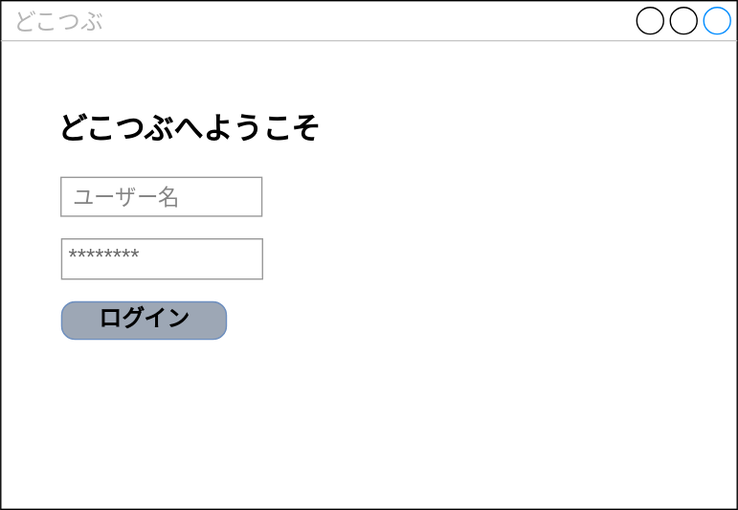
Before: クラス図.drawio.svg, a diagram exported from draw.io (shotaro-kinoshita/Dokotubu). Source tidied: cells renumbered, new cells last; positions are measured from the earlier drawing's top-left corner, leaving out a move shared by most shapes. The source it was exported from:
```xml
<mxGraphModel>
  <root>
    <mxCell id="0" />
    <mxCell id="1" parent="0" />
    <mxCell id="2" value="どこつぶ" style="strokeWidth=1;shadow=0;dashed=0;align=center;html=1;shape=mxgraph.mockup.containers.window;align=left;verticalAlign=top;spacingLeft=8;strokeColor2=#008cff;strokeColor3=#c4c4c4;fontColor=#B5B5B5;mainText=;fontSize=17;labelBackgroundColor=none;whiteSpace=wrap;" parent="1" vertex="1">
      <mxGeometry width="550" height="380" as="geometry" />
    </mxCell>
    <mxCell id="3" value="どこつぶへようこそ" style="text;strokeColor=none;fillColor=none;html=1;align=center;verticalAlign=middle;whiteSpace=wrap;rounded=0;fontSize=22;fontStyle=1;" parent="1" vertex="1">
      <mxGeometry x="38" y="87" width="206" height="19" as="geometry" />
    </mxCell>
    <mxCell id="4" value="********" style="strokeWidth=1;shadow=0;dashed=0;align=center;html=1;shape=mxgraph.mockup.forms.pwField;strokeColor=#999999;mainText=;align=left;fontColor=#666666;fontSize=17;spacingLeft=3;" parent="1" vertex="1">
      <mxGeometry x="45.5" y="178" width="150" height="30" as="geometry" />
    </mxCell>
    <mxCell id="5" style="strokeWidth=1;shadow=0;dashed=0;align=center;html=1;shape=mxgraph.mockup.forms.rrect;rSize=0;strokeColor=#999999;fontColor=#666666;align=left;spacingLeft=5;" parent="1" vertex="1">
      <mxGeometry x="45" y="132" width="150" height="29" as="geometry">
        <mxPoint x="-229" y="23" as="offset" />
      </mxGeometry>
    </mxCell>
    <mxCell id="6" style="strokeWidth=1;shadow=0;dashed=0;align=center;html=1;shape=mxgraph.mockup.forms.anchor;fontSize=12;fontColor=#666666;align=left;spacingLeft=0;" parent="1" vertex="1">
      <mxGeometry x="258" y="214" width="100" height="20" as="geometry">
        <mxPoint x="10" y="95" as="offset" />
      </mxGeometry>
    </mxCell>
    <mxCell id="7" value="ユーザー名" style="text;strokeColor=none;fillColor=none;html=1;align=center;verticalAlign=middle;whiteSpace=wrap;rounded=0;fontSize=16;fontColor=#858585;" parent="1" vertex="1">
      <mxGeometry x="45.5" y="132" width="96" height="29" as="geometry" />
    </mxCell>
    <mxCell id="8" value="ログイン" style="strokeWidth=1;shadow=0;dashed=0;align=center;html=1;shape=mxgraph.mockup.buttons.button;strokeColor=#6c8ebf;mainText=;buttonStyle=round;fontSize=17;fontStyle=1;fillColor=#9DA7B5;whiteSpace=wrap;labelBackgroundColor=none;" parent="1" vertex="1">
      <mxGeometry x="45.5" y="225" width="123" height="28" as="geometry" />
    </mxCell>
  </root>
</mxGraphModel>
```
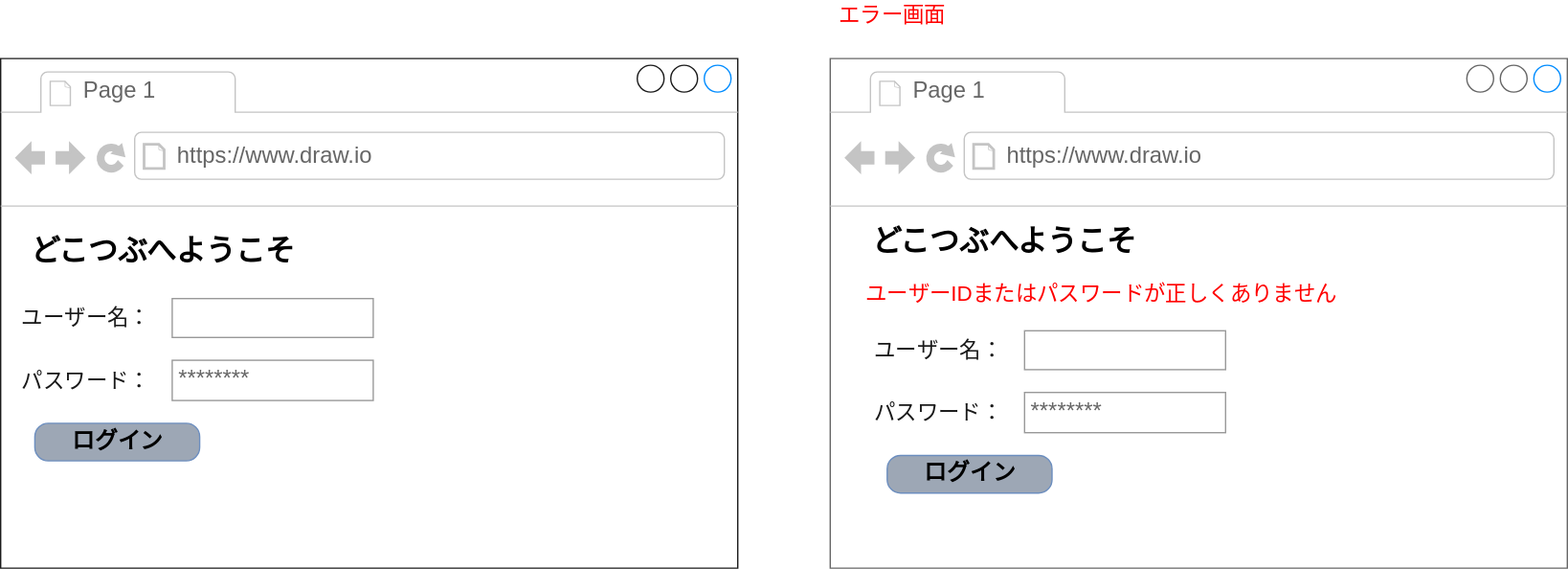
Above is the later version.

Commit message:
クラス図.drawio.svg を更新します

What changed in the source:
```diff
@@ -2,30 +2,84 @@
   <root>
     <mxCell id="0" />
     <mxCell id="1" parent="0" />
-    <mxCell id="2" value="どこつぶ" style="strokeWidth=1;shadow=0;dashed=0;align=center;html=1;shape=mxgraph.mockup.containers.window;align=left;verticalAlign=top;spacingLeft=8;strokeColor2=#008cff;strokeColor3=#c4c4c4;fontColor=#B5B5B5;mainText=;fontSize=17;labelBackgroundColor=none;whiteSpace=wrap;" parent="1" vertex="1">
-      <mxGeometry width="550" height="380" as="geometry" />
-    </mxCell>
-    <mxCell id="3" value="どこつぶへようこそ" style="text;strokeColor=none;fillColor=none;html=1;align=center;verticalAlign=middle;whiteSpace=wrap;rounded=0;fontSize=22;fontStyle=1;" parent="1" vertex="1">
-      <mxGeometry x="38" y="87" width="206" height="19" as="geometry" />
-    </mxCell>
-    <mxCell id="4" value="********" style="strokeWidth=1;shadow=0;dashed=0;align=center;html=1;shape=mxgraph.mockup.forms.pwField;strokeColor=#999999;mainText=;align=left;fontColor=#666666;fontSize=17;spacingLeft=3;" parent="1" vertex="1">
-      <mxGeometry x="45.5" y="178" width="150" height="30" as="geometry" />
-    </mxCell>
-    <mxCell id="5" style="strokeWidth=1;shadow=0;dashed=0;align=center;html=1;shape=mxgraph.mockup.forms.rrect;rSize=0;strokeColor=#999999;fontColor=#666666;align=left;spacingLeft=5;" parent="1" vertex="1">
-      <mxGeometry x="45" y="132" width="150" height="29" as="geometry">
-        <mxPoint x="-229" y="23" as="offset" />
-      </mxGeometry>
-    </mxCell>
+    <mxCell id="9" style="strokeWidth=1;shadow=0;dashed=0;align=center;html=1;shape=mxgraph.mockup.containers.browserWindow;rSize=0;strokeColor=#1A1A1A;strokeColor2=#008cff;strokeColor3=#c4c4c4;mainText=,;" parent="1" vertex="1">
+      <mxGeometry x="-694" y="-65" width="550" height="380" as="geometry" />
+    </mxCell>
+    <mxCell id="10" value="Page 1" style="strokeWidth=1;shadow=0;dashed=0;align=center;html=1;shape=mxgraph.mockup.containers.anchor;fontSize=17;fontColor=#666666;align=left;whiteSpace=wrap;" parent="9" vertex="1">
+      <mxGeometry x="60" y="12" width="110" height="26" as="geometry" />
+    </mxCell>
+    <mxCell id="11" value="https://www.draw.io" style="strokeWidth=1;shadow=0;dashed=0;align=center;html=1;shape=mxgraph.mockup.containers.anchor;rSize=0;fontSize=17;fontColor=#666666;align=left;" parent="9" vertex="1">
+      <mxGeometry x="130" y="60" width="250" height="26" as="geometry" />
+    </mxCell>
+    <mxCell id="12" style="strokeWidth=1;shadow=0;dashed=0;align=center;html=1;shape=mxgraph.mockup.forms.anchor;fontSize=12;fontColor=#666666;align=left;spacingLeft=0;" parent="9" vertex="1">
+      <mxGeometry x="300" y="200" width="100" height="20" as="geometry">
+        <mxPoint x="10" y="95" as="offset" />
+      </mxGeometry>
+    </mxCell>
+    <mxCell id="13" value="どこつぶへようこそ" style="text;strokeColor=none;fillColor=none;html=1;align=center;verticalAlign=middle;whiteSpace=wrap;rounded=0;fontSize=22;fontStyle=1;" parent="9" vertex="1">
+      <mxGeometry x="18" y="134" width="206" height="19" as="geometry" />
+    </mxCell>
+    <mxCell id="14" value="********" style="strokeWidth=1;shadow=0;dashed=0;align=center;html=1;shape=mxgraph.mockup.forms.pwField;strokeColor=#999999;mainText=;align=left;fontColor=#666666;fontSize=17;spacingLeft=3;" parent="9" vertex="1">
+      <mxGeometry x="128" y="225" width="150" height="30" as="geometry" />
+    </mxCell>
+    <mxCell id="15" style="strokeWidth=1;shadow=0;dashed=0;align=center;html=1;shape=mxgraph.mockup.forms.rrect;rSize=0;strokeColor=#999999;fontColor=#666666;align=left;spacingLeft=5;" parent="9" vertex="1">
+      <mxGeometry x="128" y="179" width="150" height="29" as="geometry">
+        <mxPoint x="-229" y="23" as="offset" />
+      </mxGeometry>
+    </mxCell>
+    <mxCell id="16" value="ユーザー名：" style="text;strokeColor=none;fillColor=none;html=1;align=center;verticalAlign=middle;whiteSpace=wrap;rounded=0;fontSize=16;fontColor=#1A1A1A;" parent="9" vertex="1">
+      <mxGeometry x="6" y="178" width="115.5" height="30" as="geometry" />
+    </mxCell>
+    <mxCell id="17" value="ログイン" style="strokeWidth=1;shadow=0;dashed=0;align=center;html=1;shape=mxgraph.mockup.buttons.button;strokeColor=#6c8ebf;mainText=;buttonStyle=round;fontSize=17;fontStyle=1;fillColor=#9DA7B5;whiteSpace=wrap;labelBackgroundColor=none;" parent="9" vertex="1">
+      <mxGeometry x="25.5" y="272" width="123" height="28" as="geometry" />
+    </mxCell>
+    <mxCell id="18" value="パスワード：" style="text;strokeColor=none;fillColor=none;html=1;align=center;verticalAlign=middle;whiteSpace=wrap;rounded=0;fontSize=16;fontColor=#1A1A1A;" parent="9" vertex="1">
+      <mxGeometry x="6" y="225" width="115.5" height="30" as="geometry" />
+    </mxCell>
+    <mxCell id="19" style="strokeWidth=1;shadow=0;dashed=0;align=center;html=1;shape=mxgraph.mockup.containers.browserWindow;rSize=0;strokeColor=#666666;strokeColor2=#008cff;strokeColor3=#c4c4c4;mainText=,;" parent="1" vertex="1">
+      <mxGeometry x="-75" y="-65" width="550" height="380" as="geometry" />
+    </mxCell>
+    <mxCell id="20" value="Page 1" style="strokeWidth=1;shadow=0;dashed=0;align=center;html=1;shape=mxgraph.mockup.containers.anchor;fontSize=17;fontColor=#666666;align=left;whiteSpace=wrap;" parent="19" vertex="1">
+      <mxGeometry x="60" y="12" width="110" height="26" as="geometry" />
+    </mxCell>
+    <mxCell id="21" value="https://www.draw.io" style="strokeWidth=1;shadow=0;dashed=0;align=center;html=1;shape=mxgraph.mockup.containers.anchor;rSize=0;fontSize=17;fontColor=#666666;align=left;" parent="19" vertex="1">
+      <mxGeometry x="130" y="60" width="250" height="26" as="geometry" />
+    </mxCell>
-    <mxCell id="6" style="strokeWidth=1;shadow=0;dashed=0;align=center;html=1;shape=mxgraph.mockup.forms.anchor;fontSize=12;fontColor=#666666;align=left;spacingLeft=0;" parent="1" vertex="1">
-      <mxGeometry x="258" y="214" width="100" height="20" as="geometry">
+    <mxCell id="6" style="strokeWidth=1;shadow=0;dashed=0;align=center;html=1;shape=mxgraph.mockup.forms.anchor;fontSize=12;fontColor=#666666;align=left;spacingLeft=0;" parent="19" vertex="1">
+      <mxGeometry x="317" y="227" width="100" height="20" as="geometry">
         <mxPoint x="10" y="95" as="offset" />
       </mxGeometry>
     </mxCell>
-    <mxCell id="7" value="ユーザー名" style="text;strokeColor=none;fillColor=none;html=1;align=center;verticalAlign=middle;whiteSpace=wrap;rounded=0;fontSize=16;fontColor=#858585;" parent="1" vertex="1">
-      <mxGeometry x="45.5" y="132" width="96" height="29" as="geometry" />
-    </mxCell>
-    <mxCell id="8" value="ログイン" style="strokeWidth=1;shadow=0;dashed=0;align=center;html=1;shape=mxgraph.mockup.buttons.button;strokeColor=#6c8ebf;mainText=;buttonStyle=round;fontSize=17;fontStyle=1;fillColor=#9DA7B5;whiteSpace=wrap;labelBackgroundColor=none;" parent="1" vertex="1">
-      <mxGeometry x="45.5" y="225" width="123" height="28" as="geometry" />
-    </mxCell>
+    <mxCell id="22" style="strokeWidth=1;shadow=0;dashed=0;align=center;html=1;shape=mxgraph.mockup.forms.anchor;fontSize=12;fontColor=#666666;align=left;spacingLeft=0;" parent="19" vertex="1">
+      <mxGeometry x="317" y="224" width="100" height="20" as="geometry">
+        <mxPoint x="10" y="95" as="offset" />
+      </mxGeometry>
+    </mxCell>
+    <mxCell id="23" value="どこつぶへようこそ" style="text;strokeColor=none;fillColor=none;html=1;align=center;verticalAlign=middle;whiteSpace=wrap;rounded=0;fontSize=22;fontStyle=1;" parent="19" vertex="1">
+      <mxGeometry x="27" y="127" width="206" height="19" as="geometry" />
+    </mxCell>
+    <mxCell id="24" value="********" style="strokeWidth=1;shadow=0;dashed=0;align=center;html=1;shape=mxgraph.mockup.forms.pwField;strokeColor=#999999;mainText=;align=left;fontColor=#666666;fontSize=17;spacingLeft=3;" parent="19" vertex="1">
+      <mxGeometry x="145" y="249" width="150" height="30" as="geometry" />
+    </mxCell>
+    <mxCell id="25" style="strokeWidth=1;shadow=0;dashed=0;align=center;html=1;shape=mxgraph.mockup.forms.rrect;rSize=0;strokeColor=#999999;fontColor=#666666;align=left;spacingLeft=5;" parent="19" vertex="1">
+      <mxGeometry x="145" y="203" width="150" height="29" as="geometry">
+        <mxPoint x="-229" y="23" as="offset" />
+      </mxGeometry>
+    </mxCell>
+    <mxCell id="26" value="ユーザー名：" style="text;strokeColor=none;fillColor=none;html=1;align=center;verticalAlign=middle;whiteSpace=wrap;rounded=0;fontSize=16;fontColor=#1A1A1A;" parent="19" vertex="1">
+      <mxGeometry x="23" y="202" width="115.5" height="30" as="geometry" />
+    </mxCell>
+    <mxCell id="27" value="ログイン" style="strokeWidth=1;shadow=0;dashed=0;align=center;html=1;shape=mxgraph.mockup.buttons.button;strokeColor=#6c8ebf;mainText=;buttonStyle=round;fontSize=17;fontStyle=1;fillColor=#9DA7B5;whiteSpace=wrap;labelBackgroundColor=none;" parent="19" vertex="1">
+      <mxGeometry x="42.5" y="296" width="123" height="28" as="geometry" />
+    </mxCell>
+    <mxCell id="28" value="パスワード：" style="text;strokeColor=none;fillColor=none;html=1;align=center;verticalAlign=middle;whiteSpace=wrap;rounded=0;fontSize=16;fontColor=#1A1A1A;" parent="19" vertex="1">
+      <mxGeometry x="23" y="249" width="115.5" height="30" as="geometry" />
+    </mxCell>
+    <mxCell id="29" value="ユーザーIDまたはパスワードが正しくありません" style="text;strokeColor=none;fillColor=none;html=1;align=center;verticalAlign=middle;whiteSpace=wrap;rounded=0;fontSize=16;fontColor=#FF0000;" parent="19" vertex="1">
+      <mxGeometry x="23" y="167" width="359" height="15" as="geometry" />
+    </mxCell>
+    <mxCell id="30" value="エラー画面" style="text;strokeColor=none;fillColor=none;html=1;align=center;verticalAlign=middle;whiteSpace=wrap;rounded=0;fontSize=16;fontColor=#FF0000;" parent="1" vertex="1">
+      <mxGeometry x="-208" y="-106" width="359" height="15" as="geometry" />
+    </mxCell>
   </root>
 </mxGraphModel>
```
